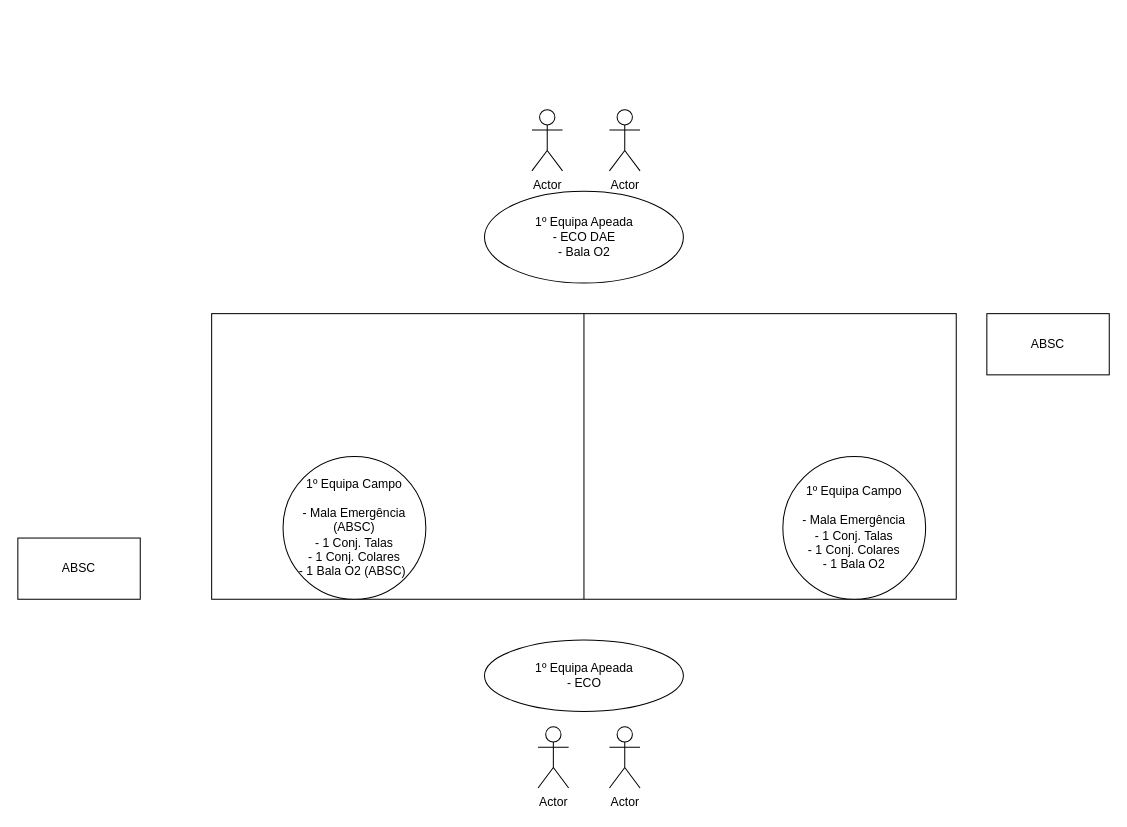
Earlier version of the draw.io diagram Diagrama sem nome.drawio (joaoabreu1/flowcharts). Source tidied: cells renumbered, new cells numbered last; positions are measured from the earlier drawing's top-left corner, leaving out a move shared by most shapes. Both pictures are drawn from the tidied source at 102%, with x=0, y=0 at pixel (17, 109).
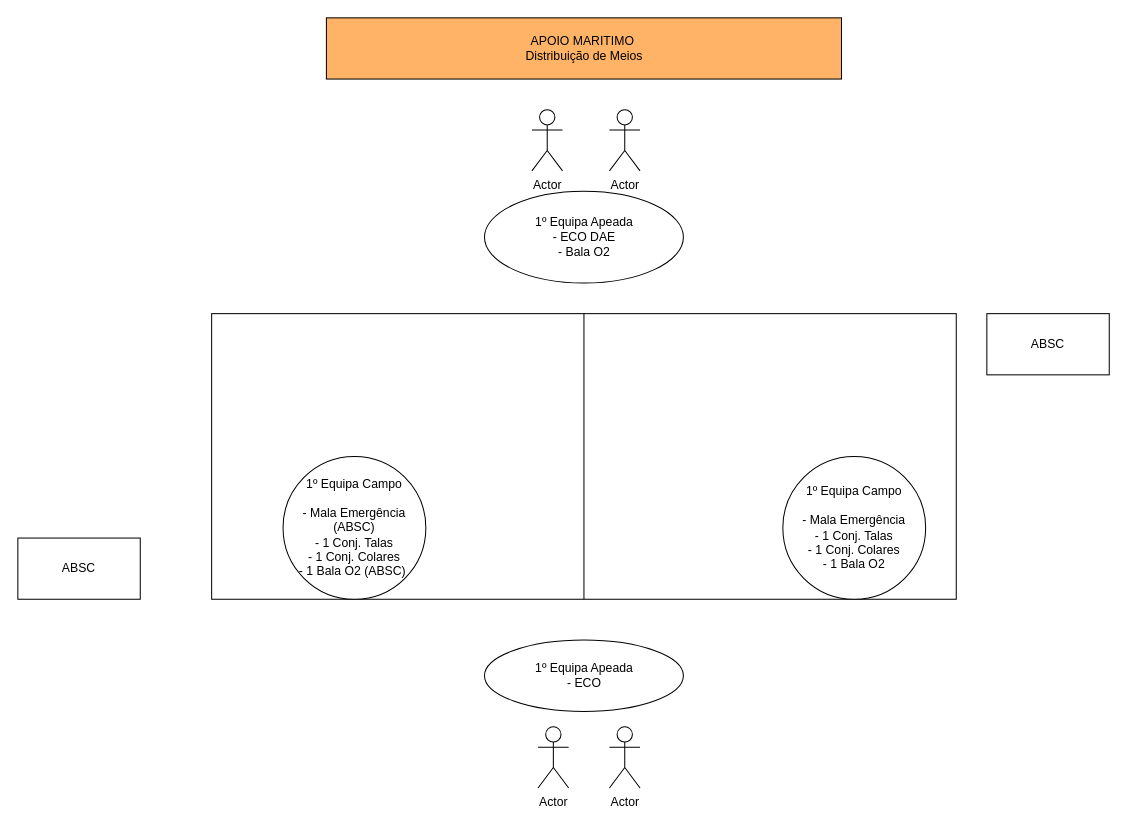
The same page after the edit.

Commit message:
Atualizar apoio maritimo 3

Change to the diagram source:
```diff
@@
 <mxGraphModel>
   <root>
     <mxCell id="0" />
     <mxCell id="1" parent="0" />
     <mxCell id="2" style="rounded=0;whiteSpace=wrap;html=1;" parent="1" vertex="1">
       <mxGeometry x="190" y="200" width="730" height="280" as="geometry" />
     </mxCell>
     <mxCell id="3" value="1º Equipa Apeada&lt;div&gt;- ECO DAE&lt;/div&gt;&lt;div&gt;- Bala O2&lt;/div&gt;" style="ellipse;whiteSpace=wrap;html=1;" parent="1" vertex="1">
       <mxGeometry x="457.5" y="80" width="195" height="90" as="geometry" />
     </mxCell>
     <mxCell id="4" value="1º Equipa Apeada&lt;div&gt;- ECO&lt;/div&gt;" style="ellipse;whiteSpace=wrap;html=1;" parent="1" vertex="1">
       <mxGeometry x="457.5" y="520" width="195" height="70" as="geometry" />
     </mxCell>
     <mxCell id="5" style="endArrow=none;html=1;rounded=0;entryX=0.5;entryY=0;entryDx=0;entryDy=0;exitX=0.5;exitY=1;exitDx=0;exitDy=0;" parent="1" edge="1" source="2" target="2">
       <mxGeometry relative="1" as="geometry" />
     </mxCell>
     <mxCell id="6" value="1º Equipa Campo&lt;div&gt;&lt;br&gt;&lt;/div&gt;&lt;div&gt;- Mala Emergência&lt;/div&gt;&lt;div&gt;- 1 Conj. Talas&lt;/div&gt;&lt;div&gt;- 1 Conj. Colares&lt;/div&gt;&lt;div&gt;- 1 Bala O2&lt;/div&gt;" style="ellipse;whiteSpace=wrap;html=1;" parent="1" vertex="1">
       <mxGeometry x="750" y="340" width="140" height="140" as="geometry" />
     </mxCell>
     <mxCell id="7" value="Actor" style="shape=umlActor;verticalLabelPosition=bottom;verticalAlign=top;html=1;" parent="1" vertex="1">
       <mxGeometry x="504" width="30" height="60" as="geometry" />
     </mxCell>
     <mxCell id="8" value="Actor" style="shape=umlActor;verticalLabelPosition=bottom;verticalAlign=top;html=1;" parent="1" vertex="1">
       <mxGeometry x="580" width="30" height="60" as="geometry" />
     </mxCell>
     <mxCell id="9" value="Actor" style="shape=umlActor;verticalLabelPosition=bottom;verticalAlign=top;html=1;" parent="1" vertex="1">
       <mxGeometry x="510" y="605" width="30" height="60" as="geometry" />
     </mxCell>
     <mxCell id="10" value="Actor" style="shape=umlActor;verticalLabelPosition=bottom;verticalAlign=top;html=1;" parent="1" vertex="1">
       <mxGeometry x="580" y="605" width="30" height="60" as="geometry" />
     </mxCell>
     <mxCell id="11" value="ABSC" style="rounded=0;whiteSpace=wrap;html=1;" parent="1" vertex="1">
       <mxGeometry y="420" width="120" height="60" as="geometry" />
     </mxCell>
     <mxCell id="12" value="ABSC" style="rounded=0;whiteSpace=wrap;html=1;" parent="1" vertex="1">
       <mxGeometry x="950" y="200" width="120" height="60" as="geometry" />
     </mxCell>
     <mxCell id="13" value="1º Equipa Campo&lt;div&gt;&lt;br&gt;&lt;/div&gt;&lt;div&gt;- Mala Emergência (ABSC)&lt;/div&gt;&lt;div&gt;- 1 Conj. Talas&lt;/div&gt;&lt;div&gt;- 1 Conj. Colares&lt;/div&gt;&lt;div&gt;- 1 Bala O2 (ABSC)&amp;nbsp;&lt;/div&gt;" style="ellipse;whiteSpace=wrap;html=1;" parent="1" vertex="1">
       <mxGeometry x="260" y="340" width="140" height="140" as="geometry" />
     </mxCell>
+    <mxCell id="14" value="APOIO MARITIMO&amp;nbsp;&lt;div&gt;Distribuição de Meios&lt;/div&gt;" style="rounded=0;whiteSpace=wrap;html=1;fillColor=light-dark(#FFB366,var(--ge-dark-color, #121212));" parent="1" vertex="1">
+      <mxGeometry x="302.5" y="-90" width="505" height="60" as="geometry" />
+    </mxCell>
   </root>
 </mxGraphModel>
```
